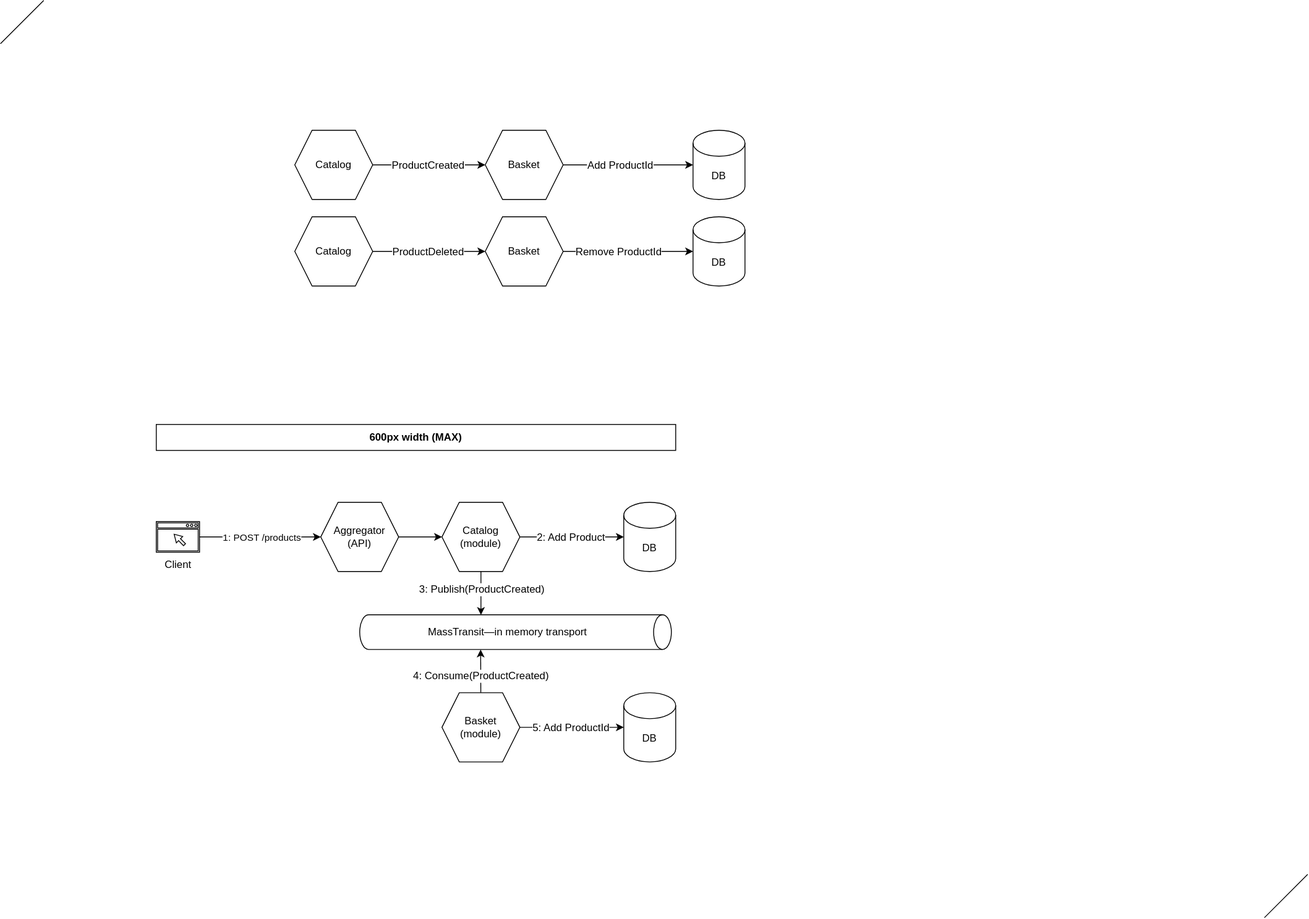
PacktPublishing/Architecting-ASP.NET-Core-Applications-3E keeps this draw.io diagram as Diagrams/Modular Monolith—Integration Events.svg. Above is the earlier version. Source tidied: cells renumbered, new cells last; positions are measured from the earlier drawing's top-left corner, leaving out a move shared by most shapes.
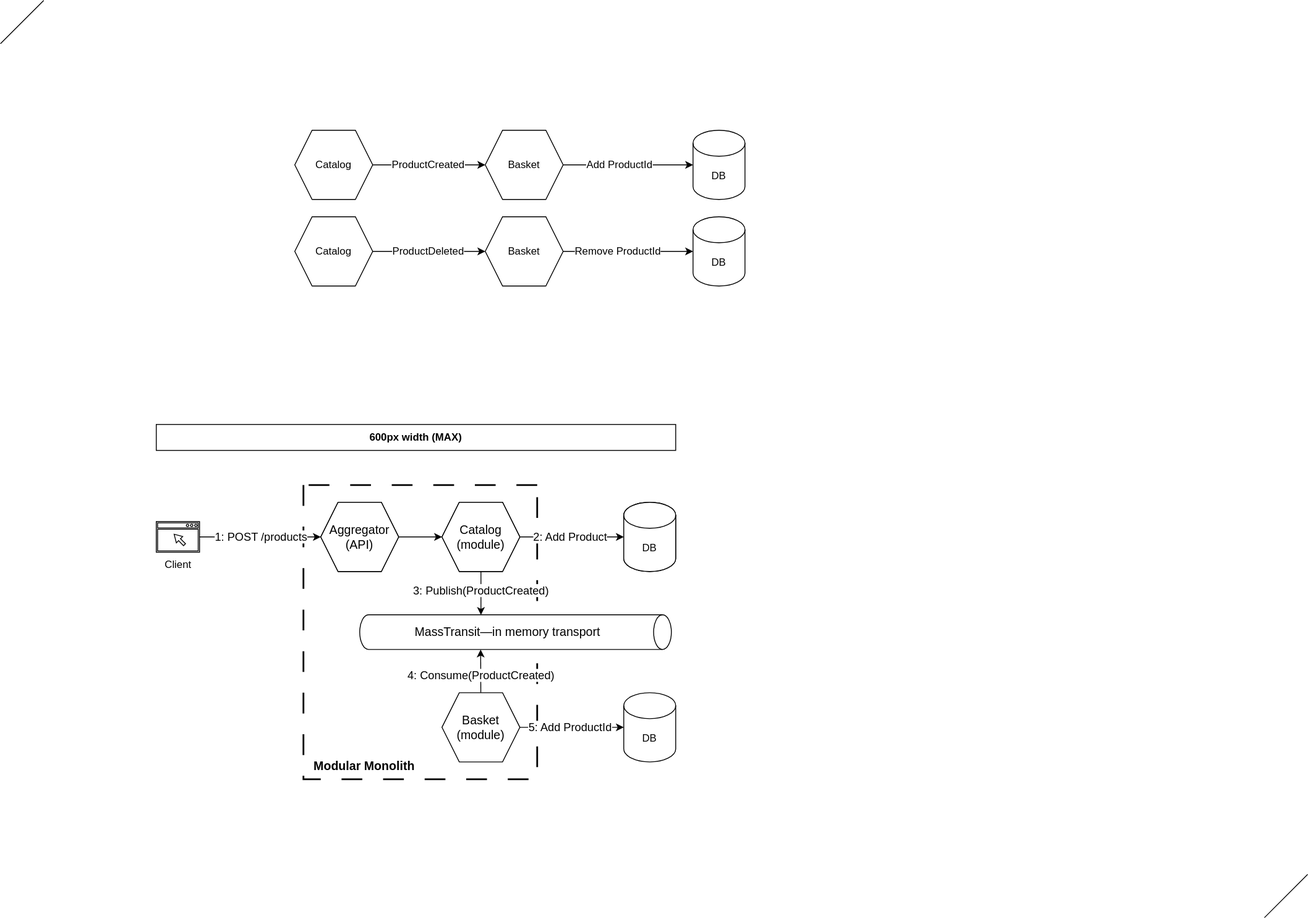
After the commit.

Diff of the diagram source:
```diff
@@ -2,6 +2,24 @@
   <root>
     <mxCell id="0" />
     <mxCell id="1" parent="0" />
+    <mxCell id="37" style="swimlane;startSize=0;swimlaneLine=1;rounded=1;strokeWidth=2;dashed=1;dashPattern=12 12;strokeColor=default;fontSize=13;fillColor=none;" parent="1" vertex="1">
+      <mxGeometry x="350" y="560" width="270" height="340" as="geometry" />
+    </mxCell>
+    <mxCell id="32" value="Aggregator&lt;br&gt;(API)" style="shape=hexagon;perimeter=hexagonPerimeter2;whiteSpace=wrap;html=1;fixedSize=1;rounded=0;sketch=0;strokeWidth=1;fontSize=12;strokeColor=default;" parent="37" vertex="1">
+      <mxGeometry x="20" y="20" width="90" height="80" as="geometry" />
+    </mxCell>
+    <mxCell id="20" value="Catalog&lt;br&gt;(module)" style="shape=hexagon;perimeter=hexagonPerimeter2;whiteSpace=wrap;html=1;fixedSize=1;rounded=0;labelBackgroundColor=none;sketch=0;strokeColor=default;strokeWidth=1;fontSize=12;fillColor=default;" parent="37" vertex="1">
+      <mxGeometry x="160" y="20" width="90" height="80" as="geometry" />
+    </mxCell>
+    <mxCell id="23" value="Basket&lt;br style=&quot;font-size: 14px;&quot;&gt;(module)" style="shape=hexagon;perimeter=hexagonPerimeter2;whiteSpace=wrap;html=1;fixedSize=1;rounded=0;labelBackgroundColor=none;sketch=0;strokeColor=default;strokeWidth=1;fontSize=14;fillColor=default;" parent="37" vertex="1">
+      <mxGeometry x="160" y="240" width="90" height="80" as="geometry" />
+    </mxCell>
+    <mxCell id="31" style="edgeStyle=none;rounded=1;html=1;fontSize=12;startArrow=none;startFill=0;fillColor=default;" parent="37" edge="1" source="32" target="20">
+      <mxGeometry relative="1" as="geometry" />
+    </mxCell>
+    <mxCell id="38" value="&lt;span style=&quot;font-weight: 700; font-size: 14px;&quot;&gt;Modular Monolith&lt;/span&gt;" style="text;html=1;align=center;verticalAlign=middle;strokeColor=none;fillColor=none;fontSize=14;" parent="37" vertex="1">
+      <mxGeometry y="310" width="140" height="30" as="geometry" />
+    </mxCell>
     <mxCell id="2" style="edgeStyle=elbowEdgeStyle;rounded=1;html=1;fontSize=12;startArrow=none;startFill=0;fillColor=default;" parent="1" edge="1" source="4" target="7">
       <mxGeometry relative="1" as="geometry" />
     </mxCell>
@@ -67,35 +85,29 @@
     <mxCell id="18" style="rounded=1;html=1;fontSize=12;startArrow=none;startFill=0;fillColor=default;entryX=0.004;entryY=0.611;entryDx=0;entryDy=0;entryPerimeter=0;" parent="1" edge="1" source="20" target="25">
       <mxGeometry relative="1" as="geometry" />
     </mxCell>
-    <mxCell id="19" value="3: Publish(ProductCreated)" style="edgeLabel;html=1;align=center;verticalAlign=middle;fontSize=12;" parent="18" vertex="1">
+    <mxCell id="19" value="3: Publish(ProductCreated)" style="edgeLabel;html=1;align=center;verticalAlign=middle;fontSize=13;" parent="18" vertex="1">
       <mxGeometry x="-0.22" y="2" relative="1" as="geometry">
         <mxPoint x="-2" y="2" as="offset" />
       </mxGeometry>
     </mxCell>
-    <mxCell id="20" value="Catalog&lt;br&gt;(module)" style="shape=hexagon;perimeter=hexagonPerimeter2;whiteSpace=wrap;html=1;fixedSize=1;rounded=0;labelBackgroundColor=none;sketch=0;strokeColor=default;strokeWidth=1;fontSize=12;fillColor=default;" parent="1" vertex="1">
-      <mxGeometry x="510" y="580" width="90" height="80" as="geometry" />
-    </mxCell>
     <mxCell id="21" style="rounded=1;html=1;fontSize=12;startArrow=none;startFill=0;fillColor=default;" parent="1" edge="1" source="23" target="24">
       <mxGeometry relative="1" as="geometry" />
     </mxCell>
-    <mxCell id="22" value="5: Add ProductId" style="edgeLabel;html=1;align=center;verticalAlign=middle;fontSize=12;" parent="21" vertex="1">
+    <mxCell id="22" value="5: Add ProductId" style="edgeLabel;html=1;align=center;verticalAlign=middle;fontSize=13;" parent="21" vertex="1">
       <mxGeometry x="-0.54" y="1" relative="1" as="geometry">
         <mxPoint x="30" y="1" as="offset" />
       </mxGeometry>
     </mxCell>
-    <mxCell id="23" value="Basket&lt;br&gt;(module)" style="shape=hexagon;perimeter=hexagonPerimeter2;whiteSpace=wrap;html=1;fixedSize=1;rounded=0;labelBackgroundColor=none;sketch=0;strokeColor=default;strokeWidth=1;fontSize=12;fillColor=default;" parent="1" vertex="1">
-      <mxGeometry x="510" y="800" width="90" height="80" as="geometry" />
-    </mxCell>
     <mxCell id="24" value="DB" style="shape=cylinder3;whiteSpace=wrap;html=1;boundedLbl=1;backgroundOutline=1;size=15;rounded=0;labelBackgroundColor=none;sketch=0;strokeColor=default;strokeWidth=1;fontSize=12;fillColor=default;" parent="1" vertex="1">
       <mxGeometry x="720" y="800" width="60" height="80" as="geometry" />
     </mxCell>
-    <mxCell id="25" value="MassTransit—in memory transport" style="shape=cylinder3;whiteSpace=wrap;html=1;boundedLbl=1;backgroundOutline=1;size=10.263157894736992;rounded=0;sketch=0;strokeColor=default;strokeWidth=1;fontSize=12;horizontal=0;rotation=90;" parent="1" vertex="1">
+    <mxCell id="25" value="MassTransit—in memory transport" style="shape=cylinder3;whiteSpace=wrap;html=1;boundedLbl=1;backgroundOutline=1;size=10.263157894736992;rounded=0;sketch=0;strokeColor=default;strokeWidth=1;fontSize=14;horizontal=0;rotation=90;" parent="1" vertex="1">
       <mxGeometry x="575" y="550" width="40" height="360" as="geometry" />
     </mxCell>
     <mxCell id="26" style="rounded=1;html=1;fontSize=12;startArrow=none;startFill=0;fillColor=default;entryX=1.004;entryY=0.612;entryDx=0;entryDy=0;entryPerimeter=0;" parent="1" edge="1" source="23" target="25">
       <mxGeometry relative="1" as="geometry" />
     </mxCell>
-    <mxCell id="27" value="4: Consume(ProductCreated)" style="edgeLabel;html=1;align=center;verticalAlign=middle;fontSize=12;" parent="26" vertex="1">
+    <mxCell id="27" value="4: Consume(ProductCreated)" style="edgeLabel;html=1;align=center;verticalAlign=middle;fontSize=13;" parent="26" vertex="1">
       <mxGeometry x="-0.22" y="2" relative="1" as="geometry">
         <mxPoint x="2" y="-1" as="offset" />
       </mxGeometry>
@@ -103,7 +115,7 @@
     <mxCell id="28" style="rounded=1;html=1;fontSize=12;startArrow=none;startFill=0;fillColor=default;" parent="1" edge="1" source="20" target="30">
       <mxGeometry relative="1" as="geometry" />
     </mxCell>
-    <mxCell id="29" value="2: Add Product" style="edgeLabel;html=1;align=center;verticalAlign=middle;fontSize=12;" parent="28" vertex="1">
+    <mxCell id="29" value="2: Add Product" style="edgeLabel;html=1;align=center;verticalAlign=middle;fontSize=13;" parent="28" vertex="1">
       <mxGeometry x="-0.54" y="1" relative="1" as="geometry">
         <mxPoint x="30" y="1" as="offset" />
       </mxGeometry>
@@ -111,16 +123,10 @@
     <mxCell id="30" value="DB" style="shape=cylinder3;whiteSpace=wrap;html=1;boundedLbl=1;backgroundOutline=1;size=15;rounded=0;labelBackgroundColor=none;sketch=0;strokeColor=default;strokeWidth=1;fontSize=12;fillColor=default;" parent="1" vertex="1">
       <mxGeometry x="720" y="580" width="60" height="80" as="geometry" />
     </mxCell>
-    <mxCell id="31" style="edgeStyle=none;rounded=1;html=1;fontSize=12;startArrow=none;startFill=0;fillColor=default;" parent="1" edge="1" source="32" target="20">
-      <mxGeometry relative="1" as="geometry" />
-    </mxCell>
-    <mxCell id="32" value="Aggregator&lt;br&gt;(API)" style="shape=hexagon;perimeter=hexagonPerimeter2;whiteSpace=wrap;html=1;fixedSize=1;rounded=0;sketch=0;strokeWidth=1;fontSize=12;strokeColor=default;" parent="1" vertex="1">
-      <mxGeometry x="370" y="580" width="90" height="80" as="geometry" />
-    </mxCell>
     <mxCell id="33" style="edgeStyle=elbowEdgeStyle;rounded=1;html=1;fontSize=12;startArrow=none;startFill=0;fillColor=default;" parent="1" edge="1" source="35" target="32">
       <mxGeometry relative="1" as="geometry" />
     </mxCell>
-    <mxCell id="34" value="1: POST /products" style="edgeLabel;html=1;align=center;verticalAlign=middle;fontSize=11;" parent="33" vertex="1">
+    <mxCell id="34" value="1: POST /products" style="edgeLabel;html=1;align=center;verticalAlign=middle;fontSize=13;" parent="33" vertex="1">
       <mxGeometry x="-0.36" relative="1" as="geometry">
         <mxPoint x="26" as="offset" />
       </mxGeometry>
@@ -131,5 +137,14 @@
     <mxCell id="36" value="600px width (MAX)" style="rounded=0;whiteSpace=wrap;html=1;align=center;fontStyle=1;" parent="1" vertex="1">
       <mxGeometry x="180" y="490" width="600" height="30" as="geometry" />
     </mxCell>
+    <mxCell id="39" value="Aggregator&lt;br style=&quot;font-size: 14px;&quot;&gt;(API)" style="shape=hexagon;perimeter=hexagonPerimeter2;whiteSpace=wrap;html=1;fixedSize=1;rounded=0;sketch=0;strokeWidth=1;fontSize=14;strokeColor=default;" parent="1" vertex="1">
+      <mxGeometry x="370" y="580" width="90" height="80" as="geometry" />
+    </mxCell>
+    <mxCell id="40" value="Catalog&lt;br style=&quot;font-size: 14px;&quot;&gt;(module)" style="shape=hexagon;perimeter=hexagonPerimeter2;whiteSpace=wrap;html=1;fixedSize=1;rounded=0;labelBackgroundColor=none;sketch=0;strokeColor=default;strokeWidth=1;fontSize=14;fillColor=default;" parent="1" vertex="1">
+      <mxGeometry x="510" y="580" width="90" height="80" as="geometry" />
+    </mxCell>
+    <mxCell id="41" value="DB" style="shape=cylinder3;whiteSpace=wrap;html=1;boundedLbl=1;backgroundOutline=1;size=15;rounded=0;labelBackgroundColor=none;sketch=0;strokeColor=default;strokeWidth=1;fontSize=12;fillColor=default;" parent="1" vertex="1">
+      <mxGeometry x="720" y="580" width="60" height="80" as="geometry" />
+    </mxCell>
   </root>
 </mxGraphModel>
```
